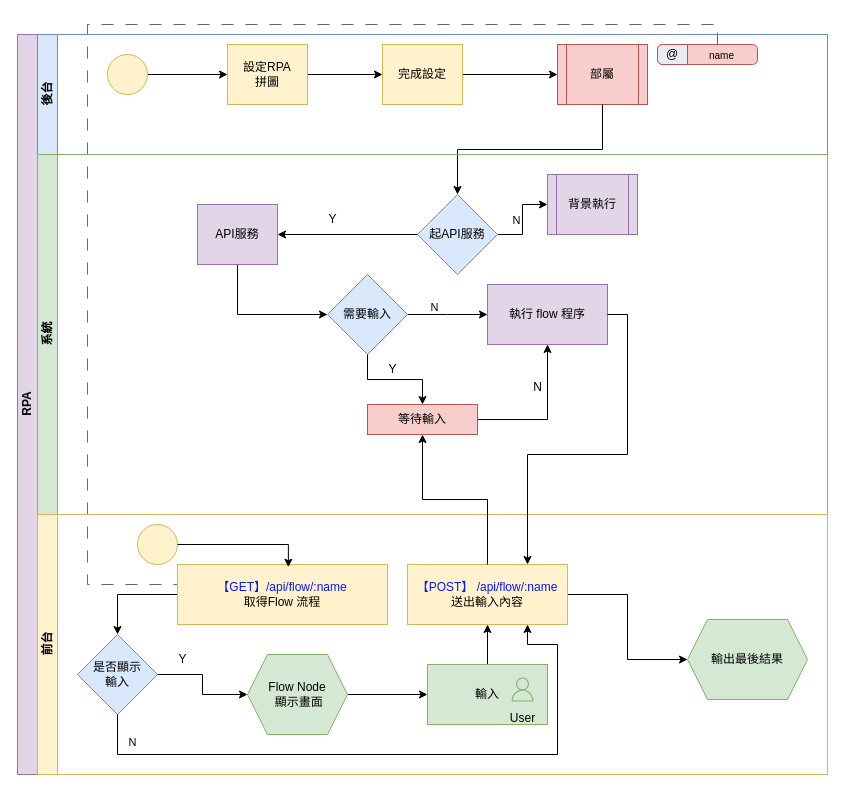
This is 未命名圖表.drawio from haixyeh/8queen-puzzle, a draw.io file, before an edit. Source tidied: cells renumbered, new cells numbered last; positions are measured from the earlier drawing's top-left corner, leaving out a move shared by most shapes. Both pictures are drawn from the tidied source at 100%, with x=0, y=0 at pixel (17, 24).
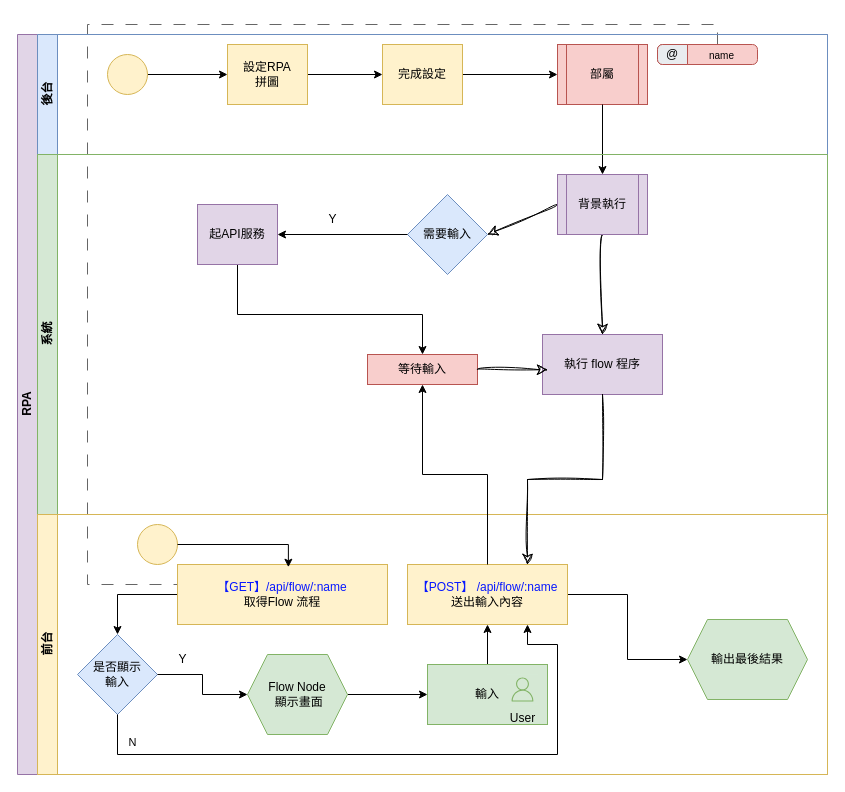
After the change.

The change refers to these unchanged cells:
```xml
<mxCell id="2" value="RPA" style="swimlane;html=1;horizontal=0;startSize=20;fillColor=#e1d5e7;strokeColor=#9673a6;" parent="1" vertex="1">
  <mxGeometry y="10" width="810" height="740" as="geometry" />
</mxCell>
<mxCell id="11" value="部屬" style="shape=process;whiteSpace=wrap;html=1;backgroundOutline=1;fillColor=#f8cecc;strokeColor=#b85450;" parent="4" vertex="1">
  <mxGeometry x="520" y="10" width="90" height="60" as="geometry" />
</mxCell>
<mxCell id="15" value="系統" style="swimlane;html=1;startSize=20;horizontal=0;fillColor=#d5e8d4;strokeColor=#82b366;" parent="2" vertex="1">
  <mxGeometry x="20" y="120" width="790" height="360" as="geometry" />
</mxCell>
<mxCell id="22" style="group;" parent="15" vertex="1">
  <mxGeometry x="280" y="50" width="30" height="30" as="geometry" />
</mxCell>
<mxCell id="46" value="&lt;font color=&quot;#0818ff&quot;&gt;【POST】 /api/flow/:name&lt;/font&gt;&lt;br&gt;送出輸入內容" style="whiteSpace=wrap;html=1;fillColor=#fff2cc;strokeColor=#d6b656;rounded=0;" parent="35" vertex="1">
  <mxGeometry x="370" y="50" width="160" height="60" as="geometry" />
</mxCell>
```

Change to the diagram source:
```diff
@@
-    <mxCell id="14" style="edgeStyle=orthogonalEdgeStyle;rounded=0;jettySize=auto;html=1;exitX=0.5;exitY=1;exitDx=0;exitDy=0;entryX=0.5;entryY=0;entryDx=0;entryDy=0;" parent="2" edge="1" source="11" target="18">
+    <mxCell id="14" style="edgeStyle=orthogonalEdgeStyle;rounded=0;jettySize=auto;html=1;exitX=0.5;exitY=1;exitDx=0;exitDy=0;entryX=0.5;entryY=0;entryDx=0;entryDy=0;" parent="2" edge="1" source="11" target="21">
       <mxGeometry relative="1" as="geometry" />
     </mxCell>
@@
-    <mxCell id="16" style="edgeStyle=orthogonalEdgeStyle;rounded=0;jettySize=auto;html=1;exitX=1;exitY=0.5;exitDx=0;exitDy=0;entryX=0;entryY=0.5;entryDx=0;entryDy=0;" parent="15" edge="1" source="18" target="21">
-      <mxGeometry relative="1" as="geometry" />
-    </mxCell>
-    <mxCell id="17" value="N" style="edgeLabel;html=1;align=center;verticalAlign=middle;" parent="16" vertex="1">
-      <mxGeometry x="-0.21" y="7" relative="1" as="geometry">
-        <mxPoint y="-8" as="offset" />
-      </mxGeometry>
-    </mxCell>
-    <mxCell id="18" value="起API服務" style="rhombus;whiteSpace=wrap;html=1;fillColor=#dae8fc;strokeColor=#6c8ebf;" parent="15" vertex="1">
-      <mxGeometry x="380" y="40" width="80" height="80" as="geometry" />
-    </mxCell>
-    <mxCell id="19" style="edgeStyle=orthogonalEdgeStyle;rounded=0;jettySize=auto;html=1;exitX=0.5;exitY=1;exitDx=0;exitDy=0;" parent="15" edge="1" source="20">
+    <mxCell id="19" style="edgeStyle=orthogonalEdgeStyle;rounded=0;jettySize=auto;html=1;exitX=0.5;exitY=1;exitDx=0;exitDy=0;entryX=0.5;entryY=0;entryDx=0;entryDy=0;" parent="15" edge="1" source="20" target="29">
       <mxGeometry relative="1" as="geometry">
-        <mxPoint x="290" y="160" as="targetPoint" />
         <Array as="points">
           <mxPoint x="200" y="160" />
+          <mxPoint x="385" y="160" />
         </Array>
       </mxGeometry>
     </mxCell>
-    <mxCell id="20" value="API服務" style="rounded=0;whiteSpace=wrap;html=1;fillColor=#e1d5e7;strokeColor=#9673a6;" parent="15" vertex="1">
+    <mxCell id="20" value="起API服務" style="rounded=0;whiteSpace=wrap;html=1;fillColor=#e1d5e7;strokeColor=#9673a6;" parent="15" vertex="1">
       <mxGeometry x="160" y="50" width="80" height="60" as="geometry" />
     </mxCell>
+    <mxCell id="62" style="edgeStyle=none;curved=1;rounded=0;sketch=1;hachureGap=4;jiggle=2;curveFitting=1;jettySize=auto;html=1;exitX=0;exitY=0.5;exitDx=0;exitDy=0;entryX=1;entryY=0.5;entryDx=0;entryDy=0;fontFamily=Architects Daughter;fontSize=12;startSize=8;endSize=8;" parent="15" edge="1" source="21" target="26">
+      <mxGeometry relative="1" as="geometry" />
+    </mxCell>
+    <mxCell id="63" style="edgeStyle=none;curved=1;rounded=0;sketch=1;hachureGap=4;jiggle=2;curveFitting=1;jettySize=auto;html=1;exitX=0.5;exitY=1;exitDx=0;exitDy=0;entryX=0.5;entryY=0;entryDx=0;entryDy=0;fontFamily=Architects Daughter;fontSize=12;startSize=8;endSize=8;" parent="15" edge="1" source="21" target="27">
+      <mxGeometry relative="1" as="geometry" />
+    </mxCell>
     <mxCell id="21" value="背景執行" style="shape=process;whiteSpace=wrap;html=1;backgroundOutline=1;fillColor=#e1d5e7;strokeColor=#9673a6;" parent="15" vertex="1">
-      <mxGeometry x="510" y="20" width="90" height="60" as="geometry" />
+      <mxGeometry x="520" y="20" width="90" height="60" as="geometry" />
     </mxCell>
@@
-    <mxCell id="23" style="edgeStyle=orthogonalEdgeStyle;rounded=0;jettySize=auto;html=1;exitX=0;exitY=0.5;exitDx=0;exitDy=0;entryX=1;entryY=0.5;entryDx=0;entryDy=0;" parent="22" edge="1" source="18" target="20">
-      <mxGeometry relative="1" as="geometry" />
-    </mxCell>
@@
-    <mxCell id="25" style="edgeStyle=orthogonalEdgeStyle;rounded=0;jettySize=auto;html=1;" parent="15" edge="1" source="26">
-      <mxGeometry relative="1" as="geometry">
-        <mxPoint x="450" y="160" as="targetPoint" />
-      </mxGeometry>
-    </mxCell>
     <mxCell id="26" value="需要輸入" style="rhombus;whiteSpace=wrap;html=1;fillColor=#dae8fc;strokeColor=#6c8ebf;" parent="15" vertex="1">
-      <mxGeometry x="290" y="120" width="80" height="80" as="geometry" />
+      <mxGeometry x="370" y="40" width="80" height="80" as="geometry" />
     </mxCell>
     <mxCell id="27" value="執行 flow 程序" style="rounded=0;whiteSpace=wrap;html=1;fillColor=#e1d5e7;strokeColor=#9673a6;" parent="15" vertex="1">
-      <mxGeometry x="450" y="130" width="120" height="60" as="geometry" />
+      <mxGeometry x="505" y="180" width="120" height="60" as="geometry" />
     </mxCell>
+    <mxCell id="29" value="等待輸入" style="whiteSpace=wrap;html=1;fillColor=#f8cecc;strokeColor=#b85450;" parent="15" vertex="1">
+      <mxGeometry x="330" y="200" width="110" height="30" as="geometry" />
+    </mxCell>
+    <mxCell id="23" style="edgeStyle=orthogonalEdgeStyle;rounded=0;jettySize=auto;html=1;exitX=0;exitY=0.5;exitDx=0;exitDy=0;entryX=1;entryY=0.5;entryDx=0;entryDy=0;" parent="15" edge="1" source="26" target="20">
+      <mxGeometry relative="1" as="geometry" />
+    </mxCell>
-    <mxCell id="28" style="edgeStyle=orthogonalEdgeStyle;rounded=0;jettySize=auto;html=1;entryX=0.5;entryY=1;entryDx=0;entryDy=0;" parent="15" edge="1" source="29" target="27">
+    <mxCell id="28" style="edgeStyle=none;curved=1;rounded=0;sketch=1;hachureGap=4;jiggle=2;curveFitting=1;jettySize=auto;html=1;exitX=1;exitY=0.5;exitDx=0;exitDy=0;entryX=0.042;entryY=0.588;entryDx=0;entryDy=0;entryPerimeter=0;fontFamily=Architects Daughter;fontSize=12;startSize=8;endSize=8;" parent="15" edge="1" source="29" target="27">
       <mxGeometry relative="1" as="geometry" />
     </mxCell>
-    <mxCell id="29" value="等待輸入" style="whiteSpace=wrap;html=1;fillColor=#f8cecc;strokeColor=#b85450;" parent="15" vertex="1">
-      <mxGeometry x="330" y="250" width="110" height="30" as="geometry" />
-    </mxCell>
-    <mxCell id="30" style="group;" parent="15" vertex="1">
-      <mxGeometry x="340" y="200" width="30" height="30" as="geometry" />
-    </mxCell>
-    <mxCell id="31" style="edgeStyle=orthogonalEdgeStyle;rounded=0;jettySize=auto;html=1;" parent="30" edge="1" source="26" target="29">
-      <mxGeometry relative="1" as="geometry" />
-    </mxCell>
-    <mxCell id="32" style="group;" parent="30" vertex="1">
-      <mxGeometry width="30" height="30" as="geometry" />
-    </mxCell>
-    <mxCell id="33" style="edgeStyle=orthogonalEdgeStyle;rounded=0;orthogonalLoop=1;jettySize=auto;html=1;exitX=0;exitY=0.5;exitDx=0;exitDy=0;entryX=1;entryY=0.5;entryDx=0;entryDy=0;" parent="32" edge="1">
-      <mxGeometry relative="1" as="geometry" />
-    </mxCell>
-    <mxCell id="34" value="Y" style="text;html=1;align=center;verticalAlign=middle;strokeColor=none;fillColor=none;" parent="32" vertex="1">
-      <mxGeometry width="30" height="30" as="geometry" />
-    </mxCell>
@@
-    <mxCell id="59" style="edgeStyle=orthogonalEdgeStyle;rounded=0;jettySize=auto;html=1;entryX=0.75;entryY=0;entryDx=0;entryDy=0;" parent="2" edge="1" source="27" target="46">
-      <mxGeometry relative="1" as="geometry">
-        <Array as="points">
-          <mxPoint x="610" y="280" />
-          <mxPoint x="610" y="420" />
-          <mxPoint x="510" y="420" />
-        </Array>
-      </mxGeometry>
+    <mxCell id="59" style="edgeStyle=orthogonalEdgeStyle;rounded=0;sketch=1;hachureGap=4;jiggle=2;curveFitting=1;jettySize=auto;html=1;exitX=0.5;exitY=1;exitDx=0;exitDy=0;entryX=0.75;entryY=0;entryDx=0;entryDy=0;fontFamily=Architects Daughter;fontSize=12;startSize=8;endSize=8;" parent="2" edge="1" source="27" target="46">
+      <mxGeometry relative="1" as="geometry" />
     </mxCell>
-    <mxCell id="60" value="N" style="edgeLabel;html=1;align=center;verticalAlign=middle;" parent="1" vertex="1">
-      <mxGeometry x="518" y="215.3" as="geometry">
-        <mxPoint x="-102" y="67" as="offset" />
-      </mxGeometry>
-    </mxCell>
-    <mxCell id="61" value="N" style="text;html=1;align=center;verticalAlign=middle;strokeColor=none;fillColor=none;" parent="1" vertex="1">
-      <mxGeometry x="505" y="348" width="30" height="30" as="geometry" />
-    </mxCell>
```
